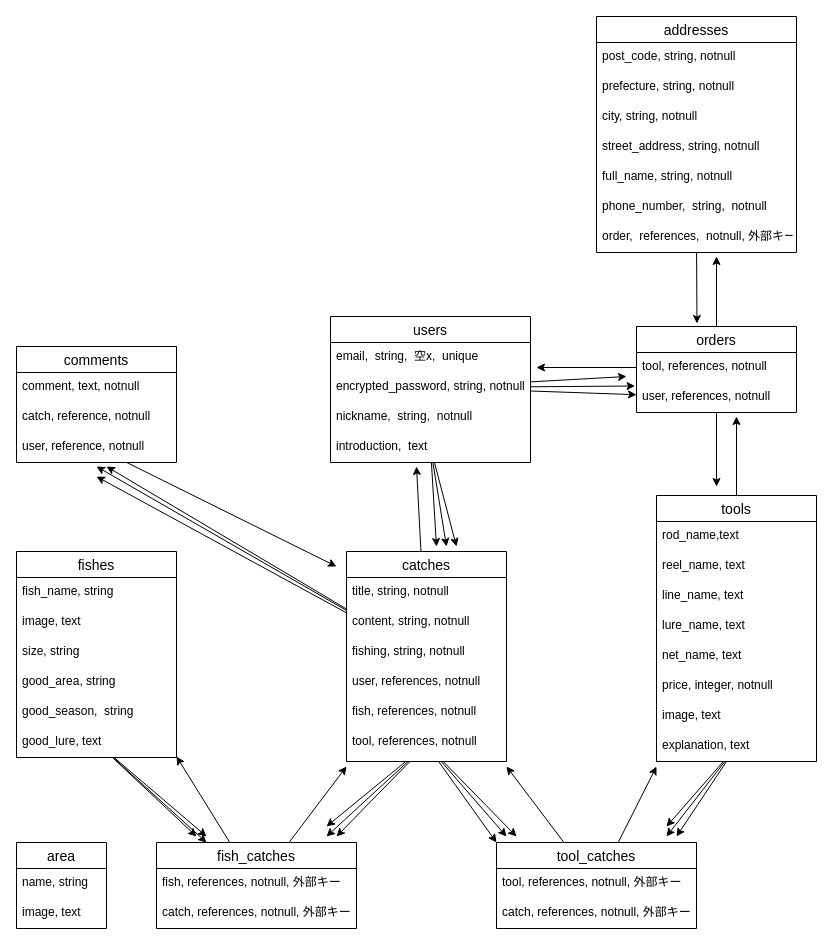
Earlier version of the draw.io diagram test.dio (youta19851124/fishing-room). Source tidied: cells renumbered, new cells numbered last; positions are measured from the earlier drawing's top-left corner, leaving out a move shared by most shapes. Both pictures are drawn from the tidied source at 100%, with x=0, y=0 at pixel (16, 16).
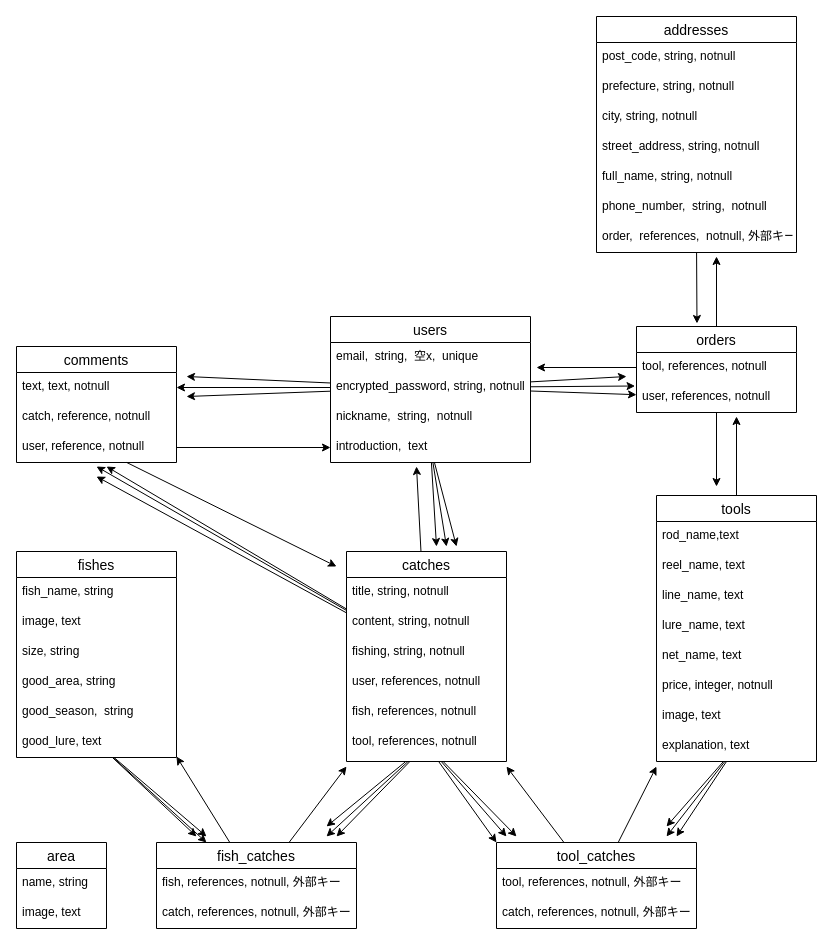
Above is the later version.

Unchanged cells that the change refers to:
```xml
<mxCell id="15" value="encrypted_password, string, notnull&#10;&#10;" style="text;strokeColor=none;fillColor=none;spacingLeft=4;spacingRight=4;overflow=hidden;points=[[0,0.5],[1,0.5]];portConstraint=eastwest;fontSize=12;" parent="13" vertex="1">
  <mxGeometry y="56" width="200" height="30" as="geometry" />
</mxCell>
<mxCell id="17" value="introduction,  text&#10;" style="text;strokeColor=none;fillColor=none;spacingLeft=4;spacingRight=4;overflow=hidden;points=[[0,0.5],[1,0.5]];portConstraint=eastwest;fontSize=12;" parent="13" vertex="1">
  <mxGeometry y="116" width="200" height="30" as="geometry" />
</mxCell>
<mxCell id="18" value="comments" style="swimlane;fontStyle=0;horizontal=1;startSize=26;align=center;fontSize=14;" parent="1" vertex="1">
  <mxGeometry y="330" width="160" height="116" as="geometry" />
</mxCell>
<mxCell id="21" value="user, reference, notnull" style="text;strokeColor=none;fillColor=none;spacingLeft=4;spacingRight=4;overflow=hidden;points=[[0,0.5],[1,0.5]];portConstraint=eastwest;fontSize=12;" parent="18" vertex="1">
  <mxGeometry y="86" width="160" height="30" as="geometry" />
</mxCell>
```

Diff of the diagram source:
```diff
@@
-    <mxCell id="19" value="comment, text, notnull" style="text;strokeColor=none;fillColor=none;spacingLeft=4;spacingRight=4;overflow=hidden;points=[[0,0.5],[1,0.5]];portConstraint=eastwest;fontSize=12;" parent="18" vertex="1">
+    <mxCell id="19" value="text, text, notnull" style="text;strokeColor=none;fillColor=none;spacingLeft=4;spacingRight=4;overflow=hidden;points=[[0,0.5],[1,0.5]];portConstraint=eastwest;fontSize=12;" parent="18" vertex="1">
       <mxGeometry y="26" width="160" height="30" as="geometry" />
     </mxCell>
@@
+    <mxCell id="86" style="edgeStyle=none;html=1;entryX=0;entryY=0.5;entryDx=0;entryDy=0;" parent="1" edge="1" source="21" target="17">
+      <mxGeometry relative="1" as="geometry" />
+    </mxCell>
+    <mxCell id="87" style="edgeStyle=none;html=1;entryX=1;entryY=0.5;entryDx=0;entryDy=0;" parent="1" edge="1" source="15" target="19">
+      <mxGeometry relative="1" as="geometry" />
+    </mxCell>
+    <mxCell id="88" style="edgeStyle=none;html=1;" parent="1" edge="1" source="15">
+      <mxGeometry relative="1" as="geometry">
+        <mxPoint x="170" y="380" as="targetPoint" />
+      </mxGeometry>
+    </mxCell>
+    <mxCell id="89" style="edgeStyle=none;html=1;" parent="1" edge="1" source="15">
+      <mxGeometry relative="1" as="geometry">
+        <mxPoint x="170" y="360" as="targetPoint" />
+      </mxGeometry>
+    </mxCell>
```
